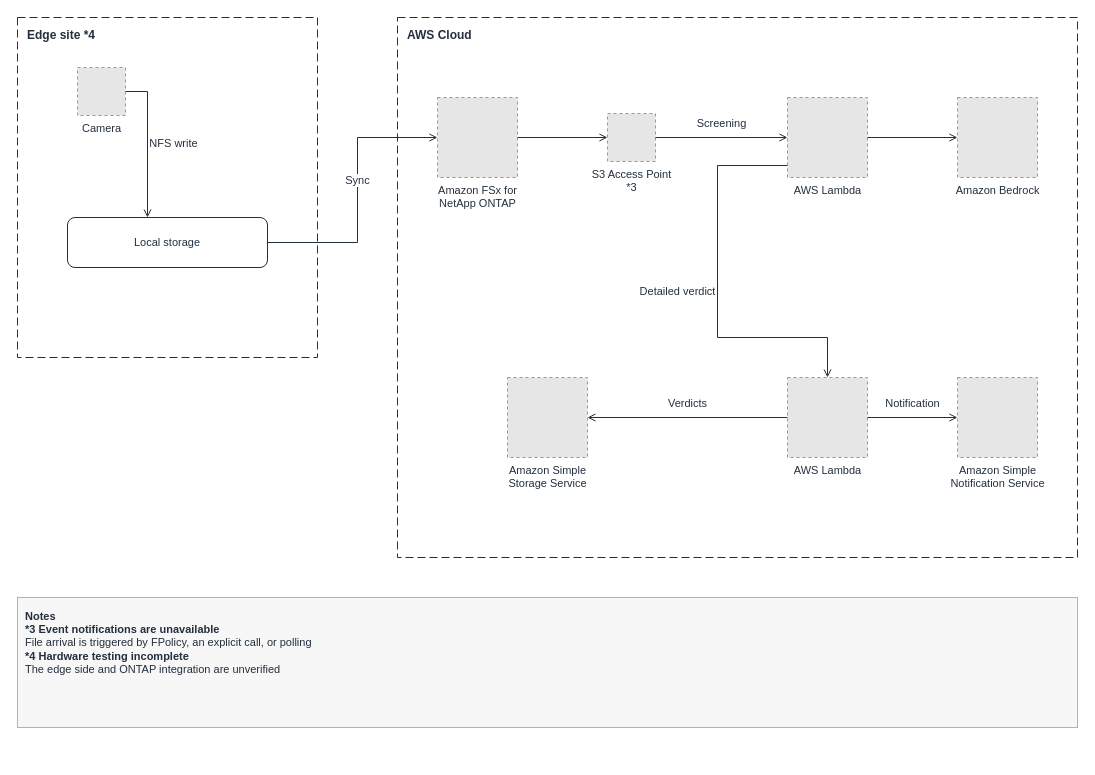
The draw.io diagram docs/diagrams/pattern-01-edge-ai-bedrock-en.drawio in Yoshiki0705/ONTAP-Edge-to-Cloud-AI, before the edit. Source tidied: cells renumbered, new cells numbered last; positions are measured from the earlier drawing's top-left corner, leaving out a move shared by most shapes. Both pictures are drawn from the tidied source at 100%, with x=0, y=0 at pixel (17, 17). Pictures stored in the file or linked from it are replaced by grey dashed boxes.
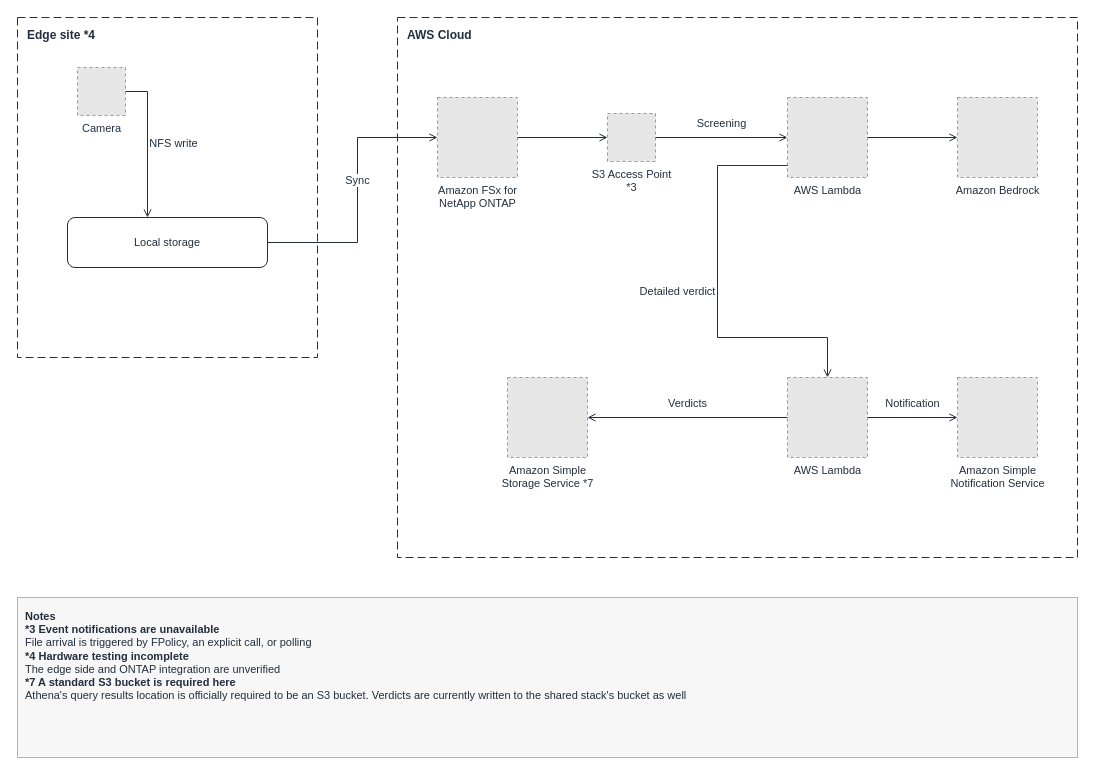
Above is the later version.

The edit, as a diff of the source:
```diff
@@
-    <mxCell id="10" value="Amazon Simple&lt;br&gt;Storage Service" style="fillColor=#E6E6E6;strokeColor=#999999;dashed=1;html=1;verticalLabelPosition=bottom;verticalAlign=top;labelPosition=center;align=center;fontSize=11;fontColor=#232F3E;" parent="1" vertex="1">
+    <mxCell id="10" value="Amazon Simple&lt;br&gt;Storage Service *7" style="fillColor=#E6E6E6;strokeColor=#999999;dashed=1;html=1;verticalLabelPosition=bottom;verticalAlign=top;labelPosition=center;align=center;fontSize=11;fontColor=#232F3E;" parent="1" vertex="1">
       <mxGeometry x="490" y="360" width="80" height="80" as="geometry" />
     </mxCell>
@@
-    <mxCell id="21" value="&lt;b&gt;Notes&lt;/b&gt;&lt;br&gt;&lt;b&gt;*3 Event notifications are unavailable&lt;/b&gt;&lt;br&gt;File arrival is triggered by FPolicy, an explicit call, or polling&lt;br&gt;&lt;b&gt;*4 Hardware testing incomplete&lt;/b&gt;&lt;br&gt;The edge side and ONTAP integration are unverified" style="rounded=0;html=1;whiteSpace=wrap;fillColor=#F7F7F7;strokeColor=#AAB7B8;align=left;verticalAlign=top;spacing=8;fontSize=11;fontColor=#232F3E;" parent="1" vertex="1">
-      <mxGeometry y="580" width="1060" height="130" as="geometry" />
+    <mxCell id="21" value="&lt;b&gt;Notes&lt;/b&gt;&lt;br&gt;&lt;b&gt;*3 Event notifications are unavailable&lt;/b&gt;&lt;br&gt;File arrival is triggered by FPolicy, an explicit call, or polling&lt;br&gt;&lt;b&gt;*4 Hardware testing incomplete&lt;/b&gt;&lt;br&gt;The edge side and ONTAP integration are unverified&lt;br&gt;&lt;b&gt;*7 A standard S3 bucket is required here&lt;/b&gt;&lt;br&gt;Athena's query results location is officially required to be an S3 bucket. Verdicts are currently written to the shared stack's bucket as well" style="rounded=0;html=1;whiteSpace=wrap;fillColor=#F7F7F7;strokeColor=#AAB7B8;align=left;verticalAlign=top;spacing=8;fontSize=11;fontColor=#232F3E;" parent="1" vertex="1">
+      <mxGeometry y="580" width="1060" height="160" as="geometry" />
     </mxCell>
```
